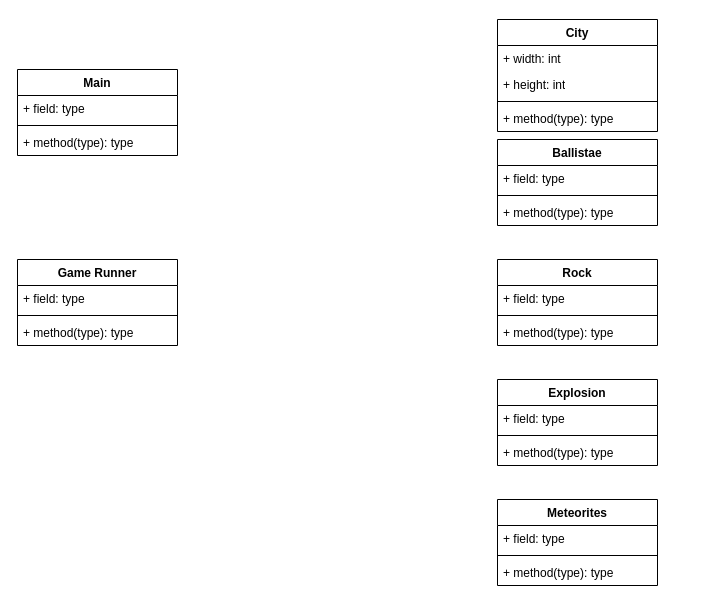
The draw.io diagram Ballistae.drawio in sf213-st-andrews/Ballistae, before the edit. Source tidied: cells renumbered, new cells numbered last; positions are measured from the earlier drawing's top-left corner, leaving out a move shared by most shapes. Both pictures are drawn from the tidied source at 100%, with x=0, y=0 at pixel (17, 19).
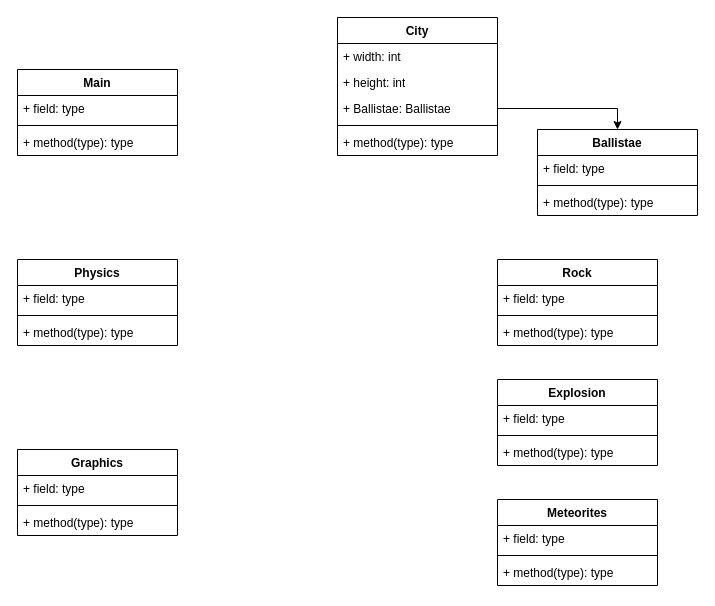
The same page after the edit.

Diff of the diagram source:
```diff
@@
-    <mxCell id="6" value="Game Runner" style="swimlane;fontStyle=1;align=center;verticalAlign=top;horizontal=1;startSize=26;whiteSpace=wrap;html=1;" parent="1" vertex="1">
+    <mxCell id="6" value="&lt;div&gt;Physics&lt;/div&gt;" style="swimlane;fontStyle=1;align=center;verticalAlign=top;horizontal=1;startSize=26;whiteSpace=wrap;html=1;" parent="1" vertex="1">
       <mxGeometry y="240" width="160" height="86" as="geometry" />
     </mxCell>
@@
     <mxCell id="14" value="&lt;div&gt;Ballistae&lt;/div&gt;" style="swimlane;fontStyle=1;align=center;verticalAlign=top;horizontal=1;startSize=26;whiteSpace=wrap;html=1;" parent="1" vertex="1">
-      <mxGeometry x="480" y="120" width="160" height="86" as="geometry" />
+      <mxGeometry x="520" y="110" width="160" height="86" as="geometry" />
     </mxCell>
@@
     <mxCell id="22" value="City" style="swimlane;fontStyle=1;align=center;verticalAlign=top;horizontal=1;startSize=26;whiteSpace=wrap;html=1;" parent="1" vertex="1">
-      <mxGeometry x="480" width="160" height="112" as="geometry" />
+      <mxGeometry x="320" y="-2" width="160" height="138" as="geometry" />
     </mxCell>
@@
+    <mxCell id="31" value="+ Ballistae: Ballistae" style="text;strokeColor=none;fillColor=none;align=left;verticalAlign=top;spacingLeft=4;spacingRight=4;overflow=hidden;points=[[0,0.5],[1,0.5]];portConstraint=eastwest;whiteSpace=wrap;html=1;" parent="22" vertex="1">
+      <mxGeometry y="78" width="160" height="26" as="geometry" />
+    </mxCell>
     <mxCell id="25" style="line;strokeWidth=1;fillColor=none;align=left;verticalAlign=middle;spacingTop=-1;spacingLeft=3;spacingRight=3;labelPosition=right;strokeColor=inherit;" parent="22" vertex="1">
-      <mxGeometry y="78" width="160" height="8" as="geometry" />
+      <mxGeometry y="104" width="160" height="8" as="geometry" />
     </mxCell>
     <mxCell id="26" value="+ method(type): type" style="text;strokeColor=none;fillColor=none;align=left;verticalAlign=top;spacingLeft=4;spacingRight=4;overflow=hidden;whiteSpace=wrap;html=1;" parent="22" vertex="1">
-      <mxGeometry y="86" width="160" height="26" as="geometry" />
+      <mxGeometry y="112" width="160" height="26" as="geometry" />
     </mxCell>
@@
+    <mxCell id="32" value="Graphics" style="swimlane;fontStyle=1;align=center;verticalAlign=top;horizontal=1;startSize=26;whiteSpace=wrap;html=1;" parent="1" vertex="1">
+      <mxGeometry y="430" width="160" height="86" as="geometry" />
+    </mxCell>
+    <mxCell id="33" value="+ field: type" style="text;strokeColor=none;fillColor=none;align=left;verticalAlign=top;spacingLeft=4;spacingRight=4;overflow=hidden;whiteSpace=wrap;html=1;" parent="32" vertex="1">
+      <mxGeometry y="26" width="160" height="26" as="geometry" />
+    </mxCell>
+    <mxCell id="34" style="line;strokeWidth=1;fillColor=none;align=left;verticalAlign=middle;spacingTop=-1;spacingLeft=3;spacingRight=3;labelPosition=right;strokeColor=inherit;" parent="32" vertex="1">
+      <mxGeometry y="52" width="160" height="8" as="geometry" />
+    </mxCell>
+    <mxCell id="35" value="+ method(type): type" style="text;strokeColor=none;fillColor=none;align=left;verticalAlign=top;spacingLeft=4;spacingRight=4;overflow=hidden;whiteSpace=wrap;html=1;" parent="32" vertex="1">
+      <mxGeometry y="60" width="160" height="26" as="geometry" />
+    </mxCell>
+    <mxCell id="36" style="edgeStyle=orthogonalEdgeStyle;rounded=0;jettySize=auto;html=1;exitX=1;exitY=0.5;exitDx=0;exitDy=0;entryX=0.5;entryY=0;entryDx=0;entryDy=0;" parent="1" edge="1" source="31" target="14">
+      <mxGeometry relative="1" as="geometry" />
+    </mxCell>
```
